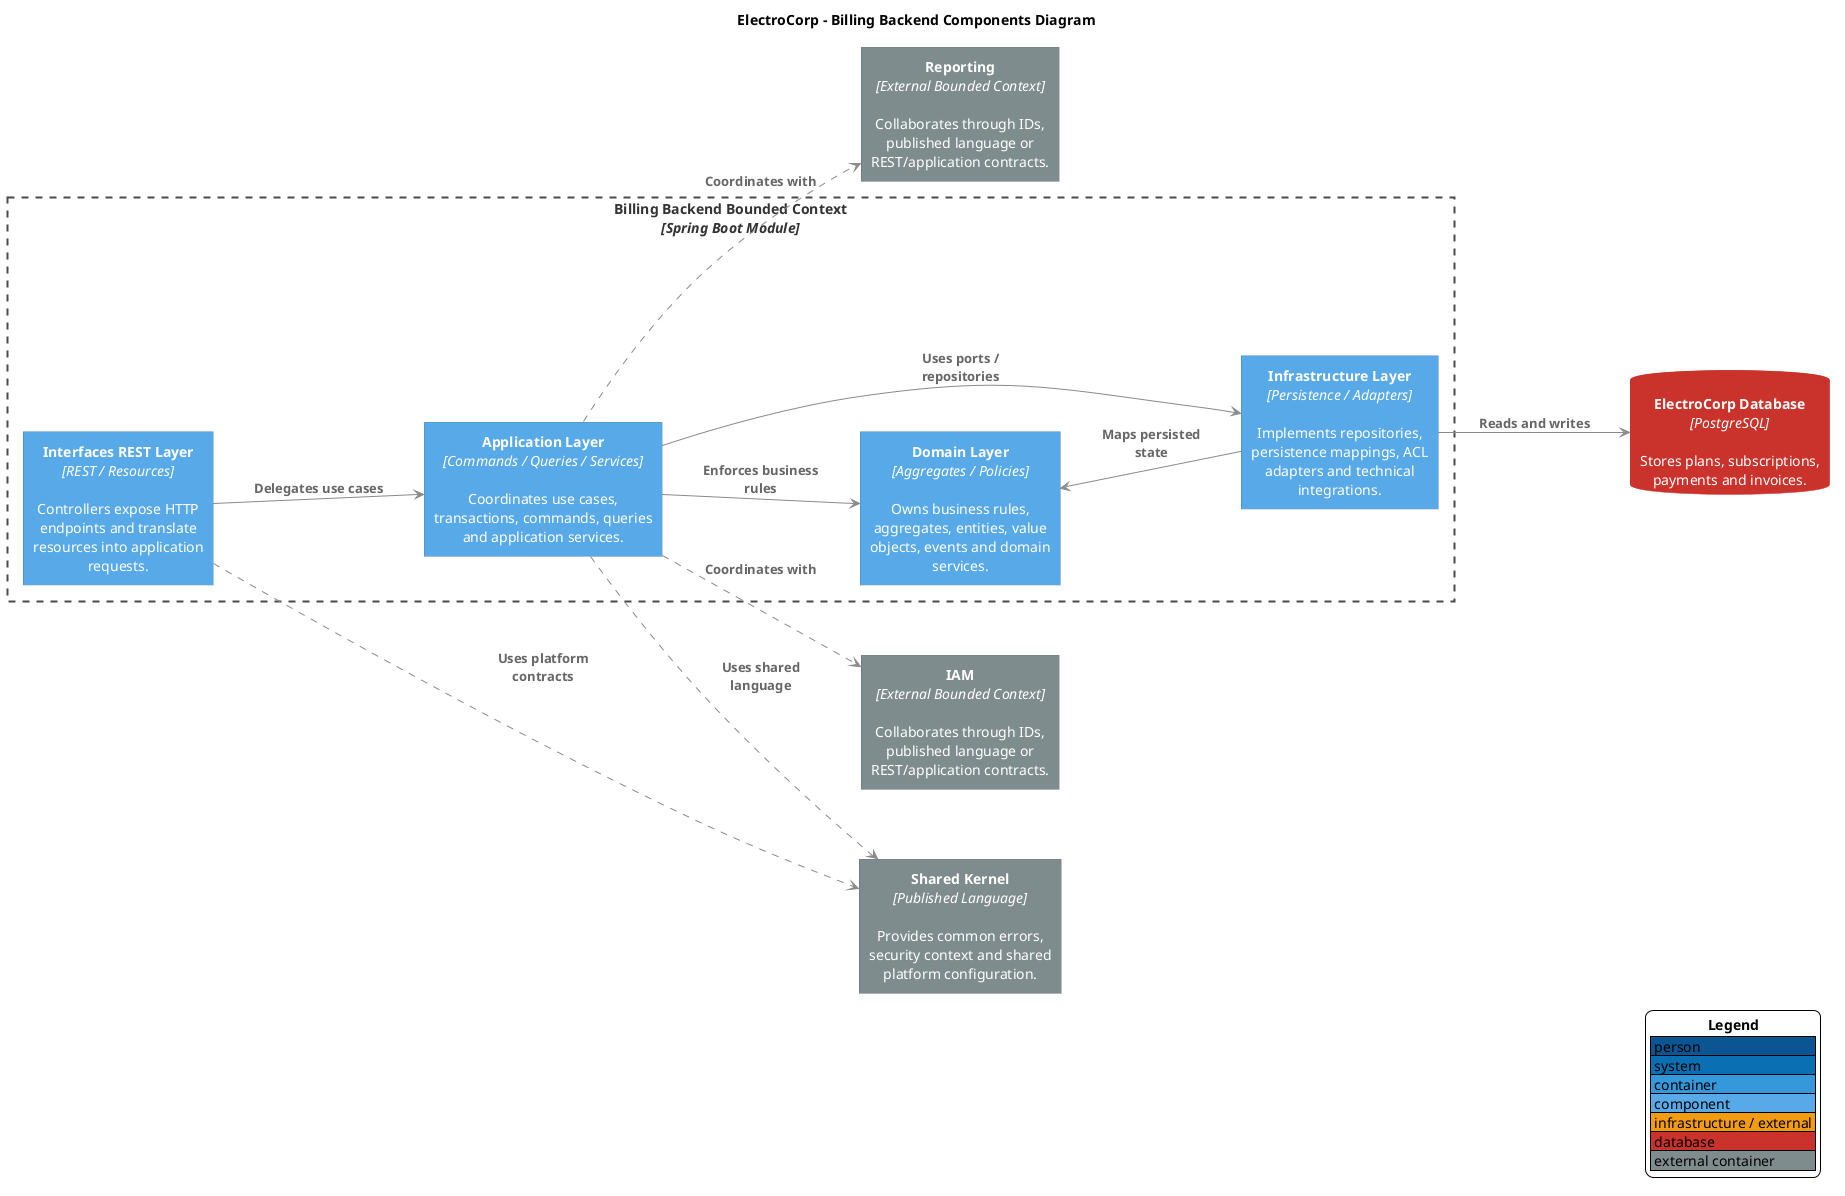
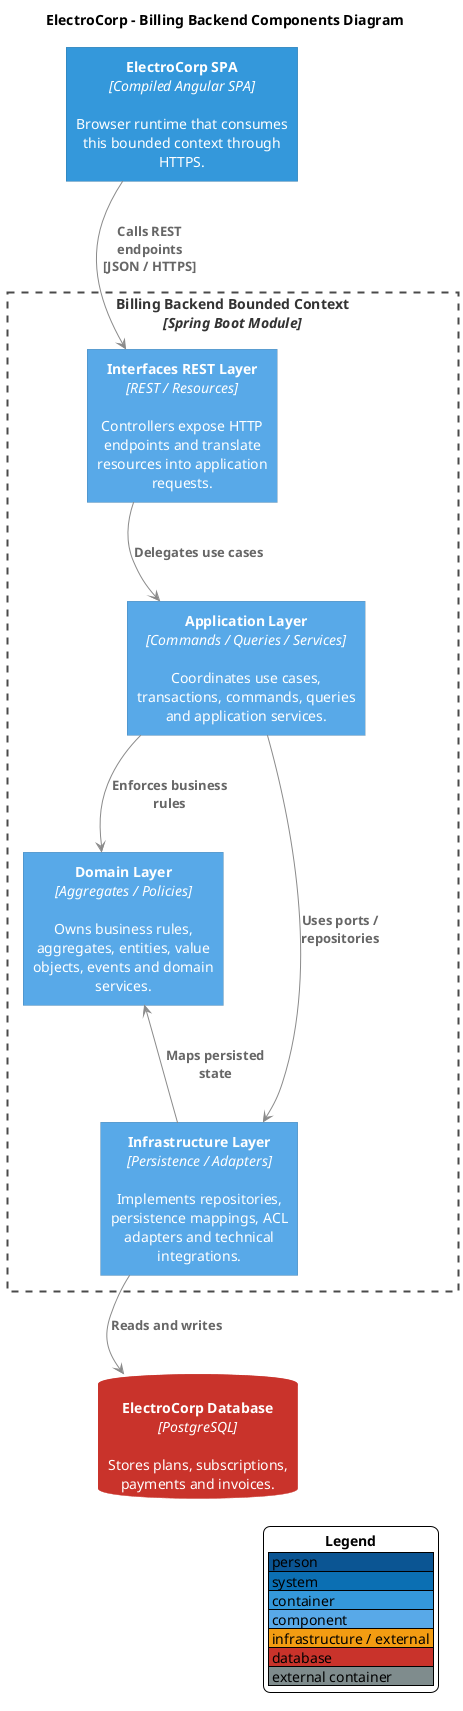
@startuml
skinparam backgroundColor #FFFFFF
skinparam shadowing false
skinparam defaultFontName Arial
skinparam defaultTextAlignment center
skinparam wrapWidth 220
skinparam maxMessageSize 130
skinparam nodesep 70
skinparam ranksep 80
skinparam ArrowColor #8A8A8A
skinparam ArrowFontColor #666666
skinparam ArrowFontStyle bold
skinparam ArrowThickness 1
skinparam rectangleRoundCorner 0
skinparam rectangleBorderThickness 0
skinparam rectangleFontColor #FFFFFF
skinparam rectangleFontStyle plain
skinparam rectangle {
  BorderThickness 0
  MinimumWidth 190
  Padding 12
}
skinparam database {
  MinimumWidth 210
  Padding 12
}
skinparam rectangle<<SystemBoundary>> {
  BackgroundColor transparent
  BorderColor #4A4A4A
  BorderThickness 2
  BorderStyle dashed
  FontColor #333333
  FontStyle bold
  MinimumWidth 760
  Padding 18
}
skinparam rectangle<<BoundedContext>> {
  BackgroundColor transparent
  BorderColor #4A4A4A
  BorderThickness 2
  BorderStyle dashed
  FontColor #333333
  FontStyle bold
  MinimumWidth 760
  Padding 18
}
skinparam databaseBackgroundColor #C9332B
skinparam databaseBorderColor #C9332B
skinparam databaseFontColor #FFFFFF
skinparam databaseFontStyle plain
hide stereotype
- left to right direction
+ top to bottom direction

title ElectroCorp - Billing Backend Components Diagram
+ 
+ rectangle "<b>ElectroCorp SPA</b>\n<i>[Compiled Angular SPA]</i>\n\nBrowser runtime that consumes this bounded context through HTTPS." as Spa #3498DB

rectangle "<b>Billing Backend Bounded Context</b>\n<i>[Spring Boot Module]</i>" <<BoundedContext>> {
  rectangle "<b>Interfaces REST Layer</b>\n<i>[REST / Resources]</i>\n\nControllers expose HTTP endpoints and translate resources into application requests." as Interfaces #58A9E8
  rectangle "<b>Application Layer</b>\n<i>[Commands / Queries / Services]</i>\n\nCoordinates use cases, transactions, commands, queries and application services." as Application #58A9E8
  rectangle "<b>Domain Layer</b>\n<i>[Aggregates / Policies]</i>\n\nOwns business rules, aggregates, entities, value objects, events and domain services." as Domain #58A9E8
  rectangle "<b>Infrastructure Layer</b>\n<i>[Persistence / Adapters]</i>\n\nImplements repositories, persistence mappings, ACL adapters and technical integrations." as Infrastructure #58A9E8
}
database "<b>ElectroCorp Database</b>\n<i>[PostgreSQL]</i>\n\nStores plans, subscriptions, payments and invoices." as Database
- rectangle "<b>Shared Kernel</b>\n<i>[Published Language]</i>\n\nProvides common errors, security context and shared platform configuration." as Shared #7F8C8D
- rectangle "<b>IAM</b>\n<i>[External Bounded Context]</i>\n\nCollaborates through IDs, published language or REST/application contracts." as Dep0 #7F8C8D
- rectangle "<b>Reporting</b>\n<i>[External Bounded Context]</i>\n\nCollaborates through IDs, published language or REST/application contracts." as Dep1 #7F8C8D

+ Spa --> Interfaces : Calls REST endpoints\n[JSON / HTTPS]
Interfaces --> Application : Delegates use cases
Application --> Domain : Enforces business rules
Application --> Infrastructure : Uses ports / repositories
Infrastructure --> Domain : Maps persisted state
Infrastructure --> Database : Reads and writes
- Interfaces ..> Shared : Uses platform contracts
- Application ..> Shared : Uses shared language
- Application ..> Dep0 : Coordinates with
- Application ..> Dep1 : Coordinates with

- Interfaces -[hidden]right- Application
- Application -[hidden]right- Domain
+ Spa -[hidden]down- Interfaces
+ Interfaces -[hidden]down- Application
+ Application -[hidden]down- Domain
Domain -[hidden]right- Infrastructure
+ Infrastructure -[hidden]down- Database

legend right
  <b>Legend</b>
  |<#0B5593> person |
  |<#0B6FB3> system |
  |<#3498DB> container |
  |<#58A9E8> component |
  |<#F39C12> infrastructure / external |
  |<#C9332B> database |
  |<#7F8C8D> external container |
endlegend

@enduml
